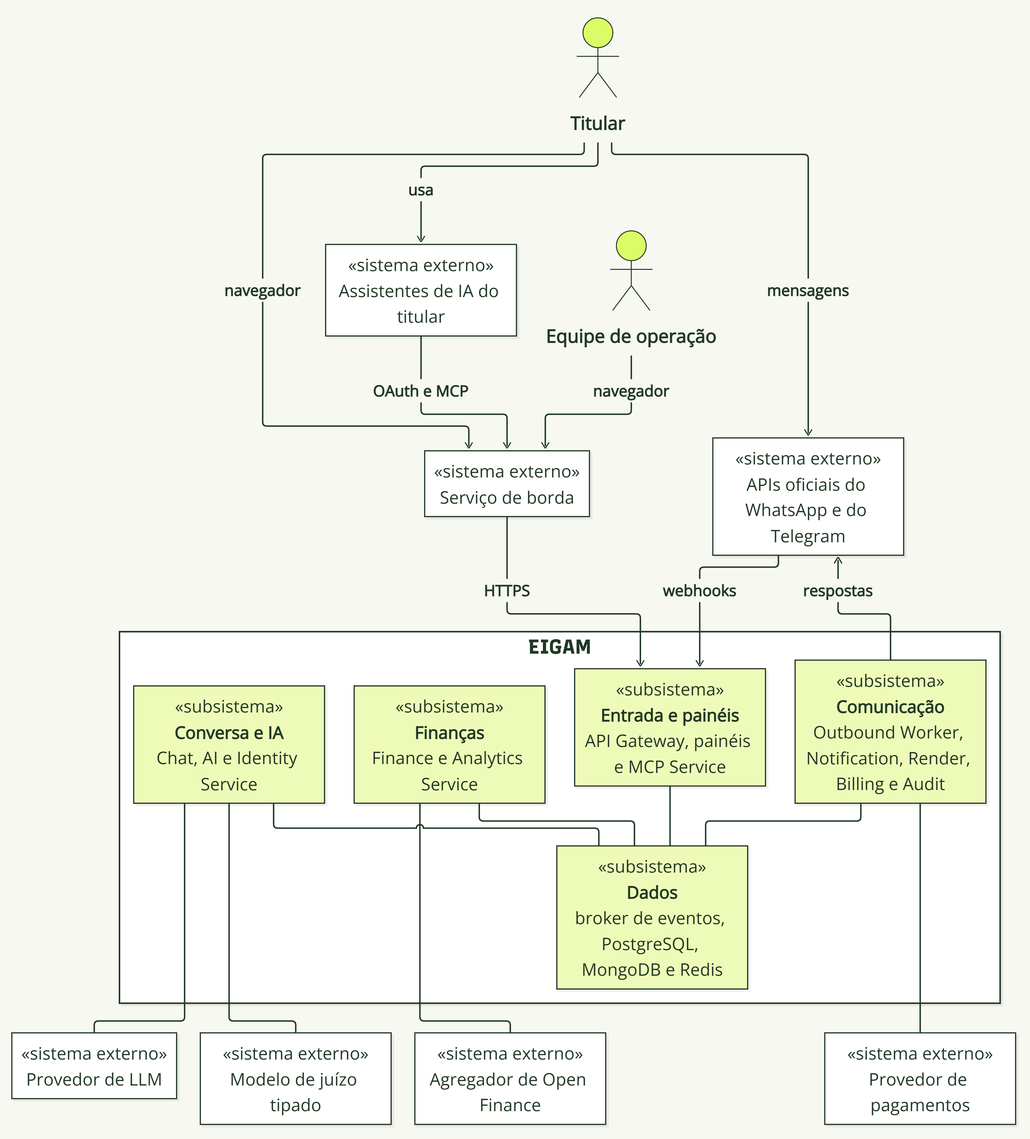
This is images/fronteira.png from eigam-corp/thesis, a Mermaid export, as it was before one commit. Its source is kept beside it as puml/fronteira.mmd.
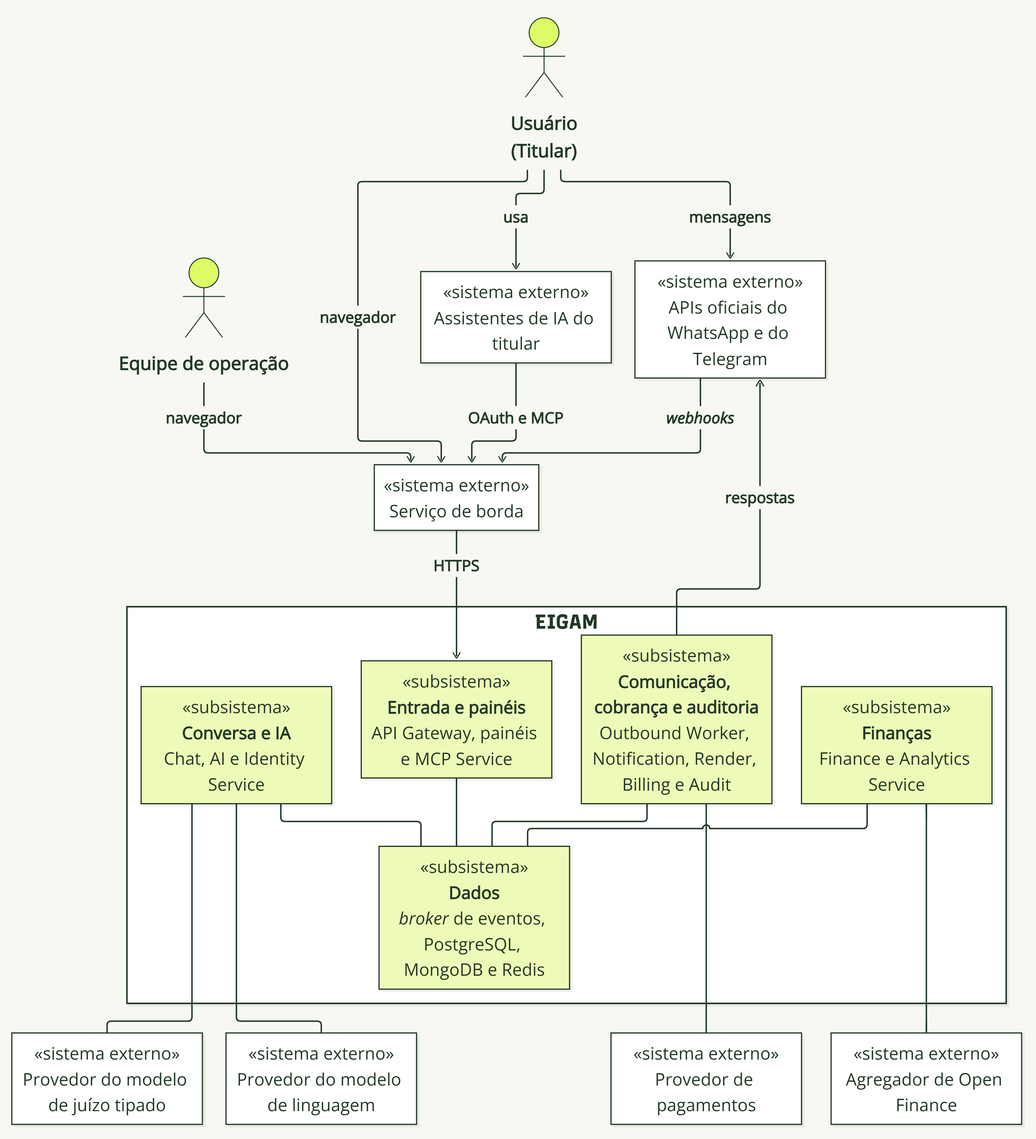
Above is the later version.

What changed in the source:
```diff
@@ -29,7 +29,8 @@
   direction TB
 
   actor EQ("Equipe de operação")
-  actor TI(Titular)
+  actor TI("`Usuário
+  (Titular)`")
 
   ASSIST["Assistentes de IA do titular"] <<sistema externo>>
   BORDA["Serviço de borda"] <<sistema externo>>
@@ -42,14 +43,14 @@
     Chat, AI e Identity Service`"] <<subsistema>>
     FIN["`**Finanças**
     Finance e Analytics Service`"] <<subsistema>>
-    COM["`**Comunicação**
+    COM["`**Comunicação, cobrança e auditoria**
     Outbound Worker, Notification, Render, Billing e Audit`"] <<subsistema>>
     DADOS["`**Dados**
-    broker de eventos, PostgreSQL, MongoDB e Redis`"] <<subsistema>>
+    *broker* de eventos, PostgreSQL, MongoDB e Redis`"] <<subsistema>>
   end
 
-  LLM["Provedor de LLM"] <<sistema externo>>
-  JUIZO["Modelo de juízo tipado"] <<sistema externo>>
+  LLM["Provedor do modelo de linguagem"] <<sistema externo>>
+  JUIZO["Provedor do modelo de juízo tipado"] <<sistema externo>>
   AGREG["Agregador de Open Finance"] <<sistema externo>>
   PAG["Provedor de pagamentos"] <<sistema externo>>
 
@@ -60,7 +61,7 @@
   TI -- mensagens ---> MSG
 
   BORDA -- HTTPS --> ENT
-  MSG -- webhooks --> ENT
+  MSG -- "`*webhooks*`" --> BORDA
   MSG <-- respostas -- COM
 
   ENT -- DADOS
```
